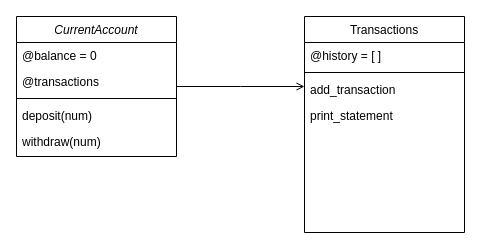
This is Untitled Diagram.drawio from t-kellett/bank-tech-test, a draw.io file, before an edit. Source tidied: cells renumbered, new cells numbered last; positions are measured from the earlier drawing's top-left corner, leaving out a move shared by most shapes. Both pictures are drawn from the tidied source at 100%, with x=0, y=0 at pixel (16, 16).
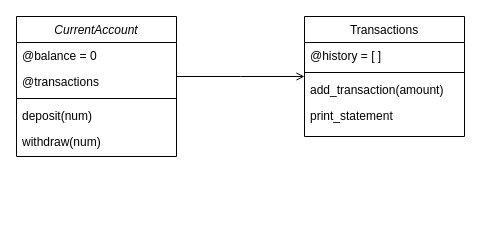
The same page after the edit.

Commit message:
update domain model

Diff of the diagram source:
```diff
@@
 <mxGraphModel>
   <root>
     <mxCell id="0" />
     <mxCell id="1" parent="0" />
     <mxCell id="2" value="CurrentAccount" style="swimlane;fontStyle=2;align=center;verticalAlign=top;horizontal=1;startSize=26;rounded=0;shadow=0;strokeWidth=1;" parent="1" vertex="1">
       <mxGeometry width="160" height="140" as="geometry" />
     </mxCell>
     <mxCell id="3" value="@balance = 0" style="text;align=left;verticalAlign=top;spacingLeft=4;spacingRight=4;overflow=hidden;" parent="2" vertex="1">
       <mxGeometry y="26" width="160" height="26" as="geometry" />
     </mxCell>
     <mxCell id="4" value="@transactions" style="text;align=left;verticalAlign=top;spacingLeft=4;spacingRight=4;overflow=hidden;rounded=0;shadow=0;html=0;" parent="2" vertex="1">
       <mxGeometry y="52" width="160" height="26" as="geometry" />
     </mxCell>
     <mxCell id="5" style="line;html=1;strokeWidth=1;align=left;verticalAlign=middle;spacingTop=-1;spacingLeft=3;spacingRight=3;labelPosition=right;" parent="2" vertex="1">
       <mxGeometry y="78" width="160" height="8" as="geometry" />
     </mxCell>
     <mxCell id="6" value="deposit(num)" style="text;align=left;verticalAlign=top;spacingLeft=4;spacingRight=4;overflow=hidden;" parent="2" vertex="1">
       <mxGeometry y="86" width="160" height="26" as="geometry" />
     </mxCell>
     <mxCell id="7" value="withdraw(num)" style="text;align=left;verticalAlign=top;spacingLeft=4;spacingRight=4;overflow=hidden;" parent="2" vertex="1">
       <mxGeometry y="112" width="160" height="26" as="geometry" />
     </mxCell>
     <mxCell id="8" value="Transactions" style="swimlane;fontStyle=0;align=center;verticalAlign=top;horizontal=1;startSize=26;rounded=0;shadow=0;strokeWidth=1;" parent="1" vertex="1">
-      <mxGeometry x="288" width="160" height="216" as="geometry" />
+      <mxGeometry x="288" width="160" height="120" as="geometry" />
     </mxCell>
     <mxCell id="9" value="@history = [ ]" style="text;align=left;verticalAlign=top;spacingLeft=4;spacingRight=4;overflow=hidden;" parent="8" vertex="1">
       <mxGeometry y="26" width="160" height="26" as="geometry" />
     </mxCell>
     <mxCell id="10" style="line;html=1;strokeWidth=1;align=left;verticalAlign=middle;spacingTop=-1;spacingLeft=3;spacingRight=3;labelPosition=right;" parent="8" vertex="1">
       <mxGeometry y="52" width="160" height="8" as="geometry" />
     </mxCell>
-    <mxCell id="11" value="add_transaction" style="text;align=left;verticalAlign=top;spacingLeft=4;spacingRight=4;overflow=hidden;" parent="8" vertex="1">
+    <mxCell id="11" value="add_transaction(amount)" style="text;align=left;verticalAlign=top;spacingLeft=4;spacingRight=4;overflow=hidden;" parent="8" vertex="1">
       <mxGeometry y="60" width="160" height="26" as="geometry" />
     </mxCell>
     <mxCell id="12" value="print_statement" style="text;align=left;verticalAlign=top;spacingLeft=4;spacingRight=4;overflow=hidden;" parent="8" vertex="1">
       <mxGeometry y="86" width="160" height="26" as="geometry" />
     </mxCell>
     <mxCell id="13" style="endArrow=open;shadow=0;strokeWidth=1;rounded=0;endFill=1;edgeStyle=elbowEdgeStyle;elbow=vertical;" parent="1" edge="1" source="2" target="8">
       <mxGeometry x="0.5" y="41" relative="1" as="geometry">
         <mxPoint x="-40" y="32" as="offset" />
       </mxGeometry>
     </mxCell>
   </root>
 </mxGraphModel>
```
